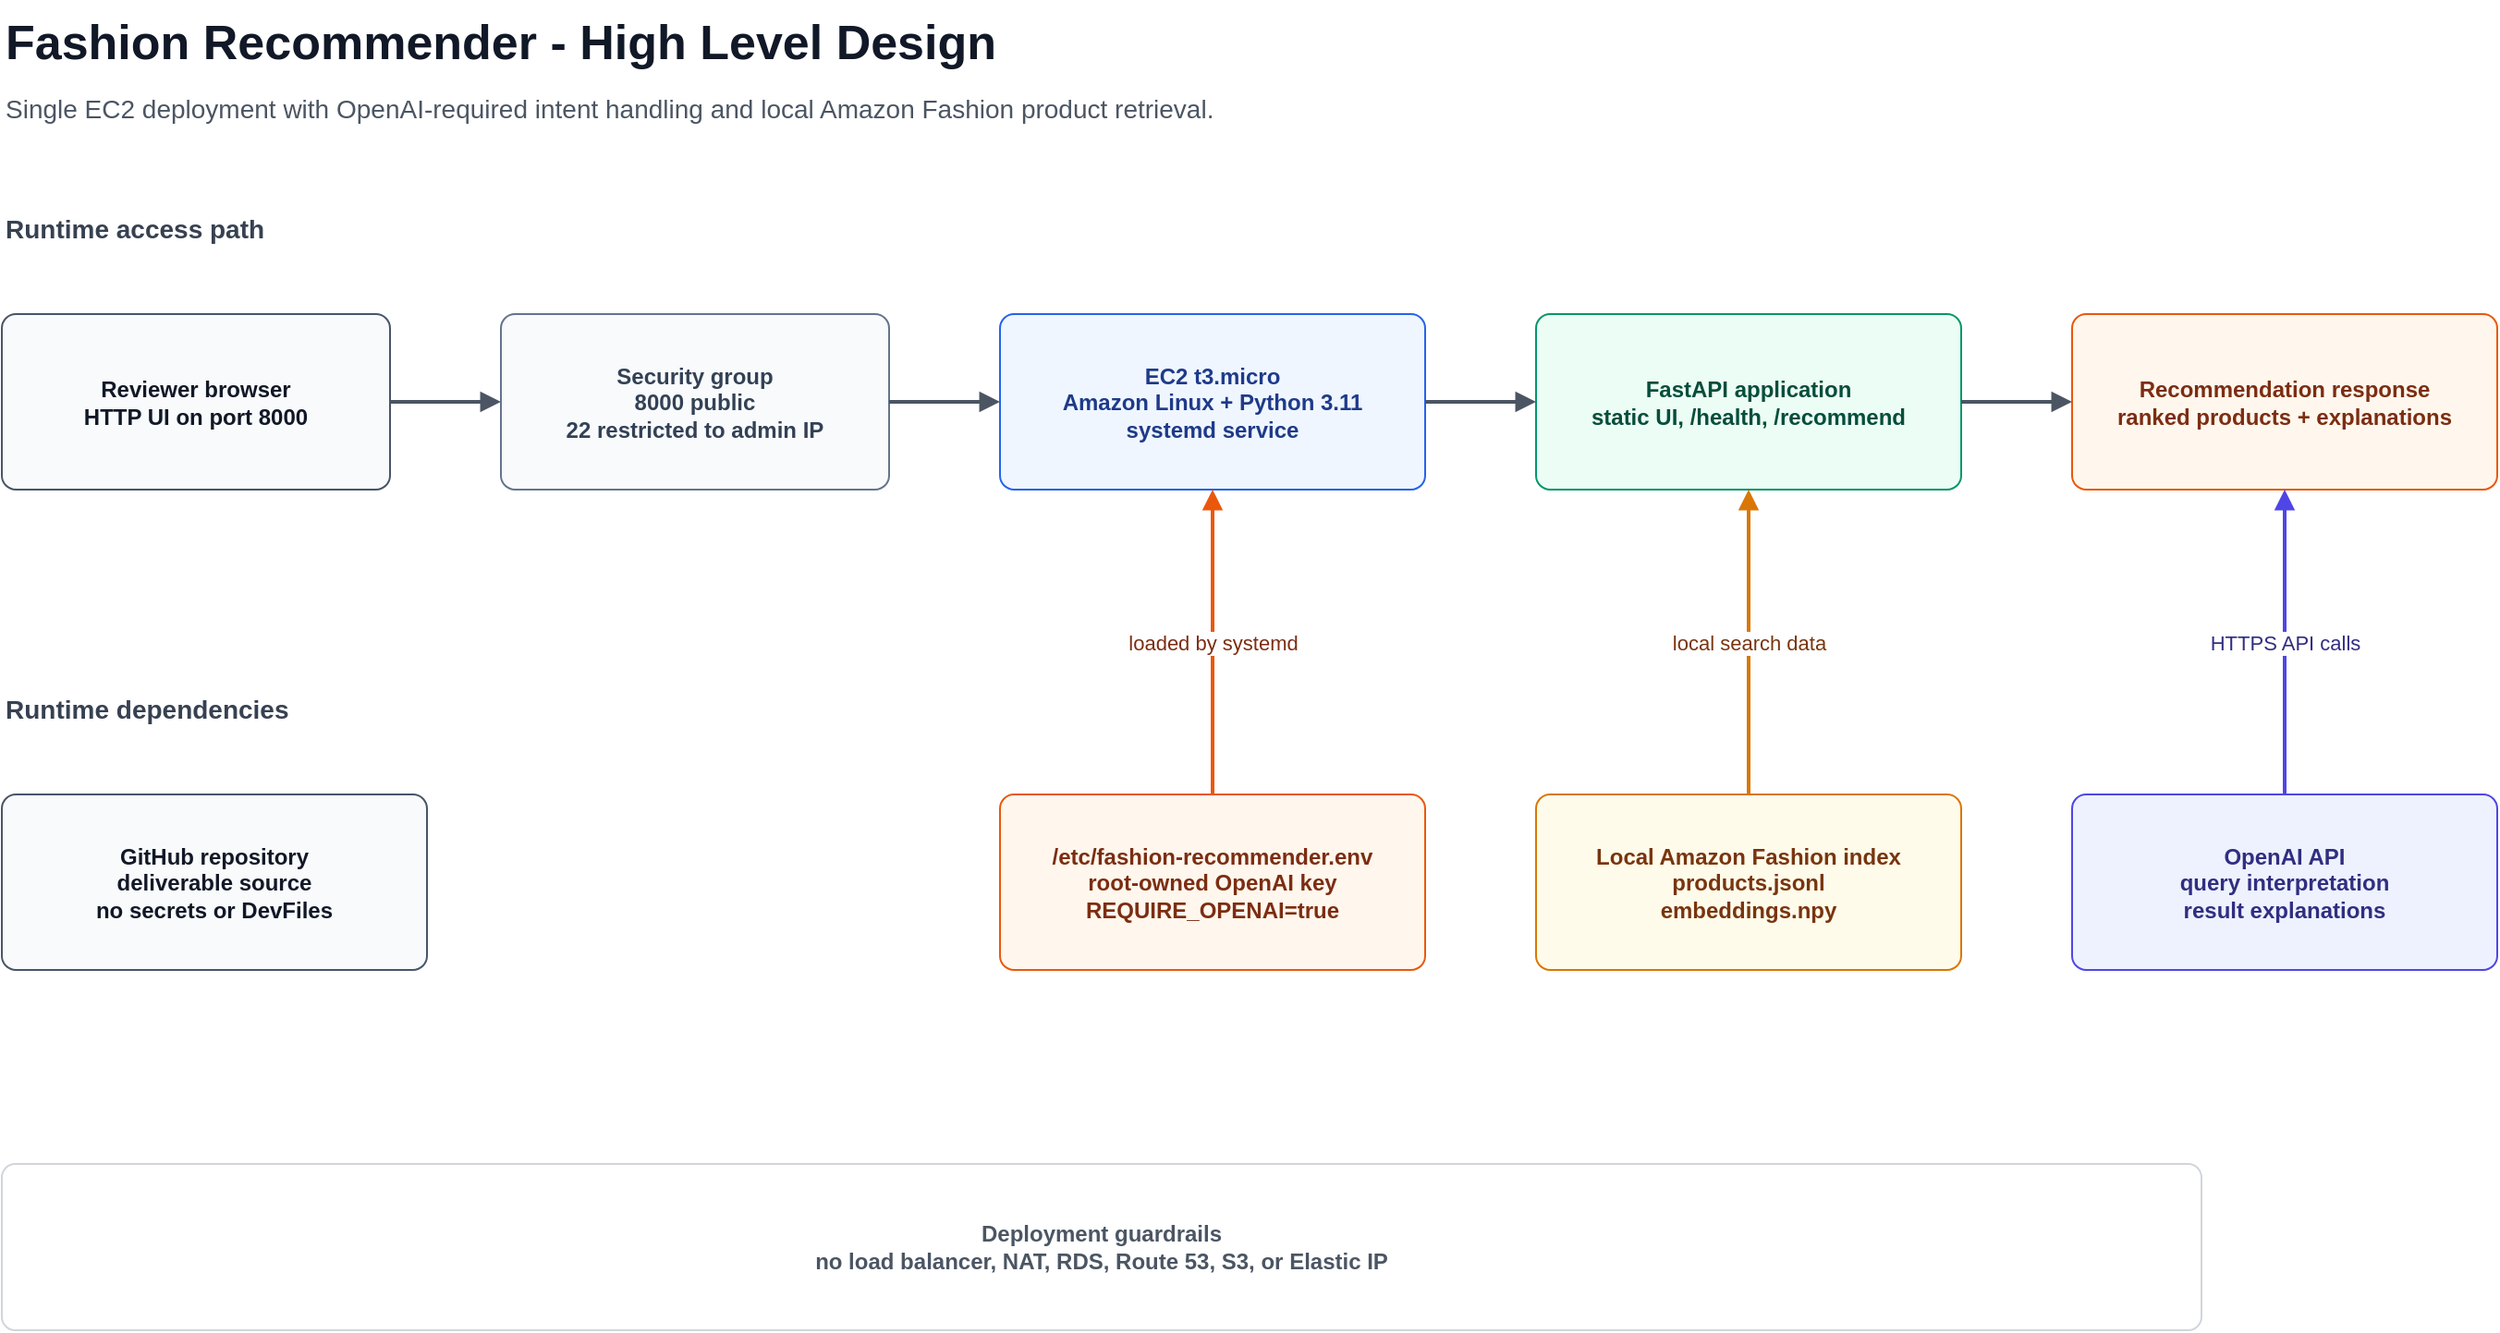
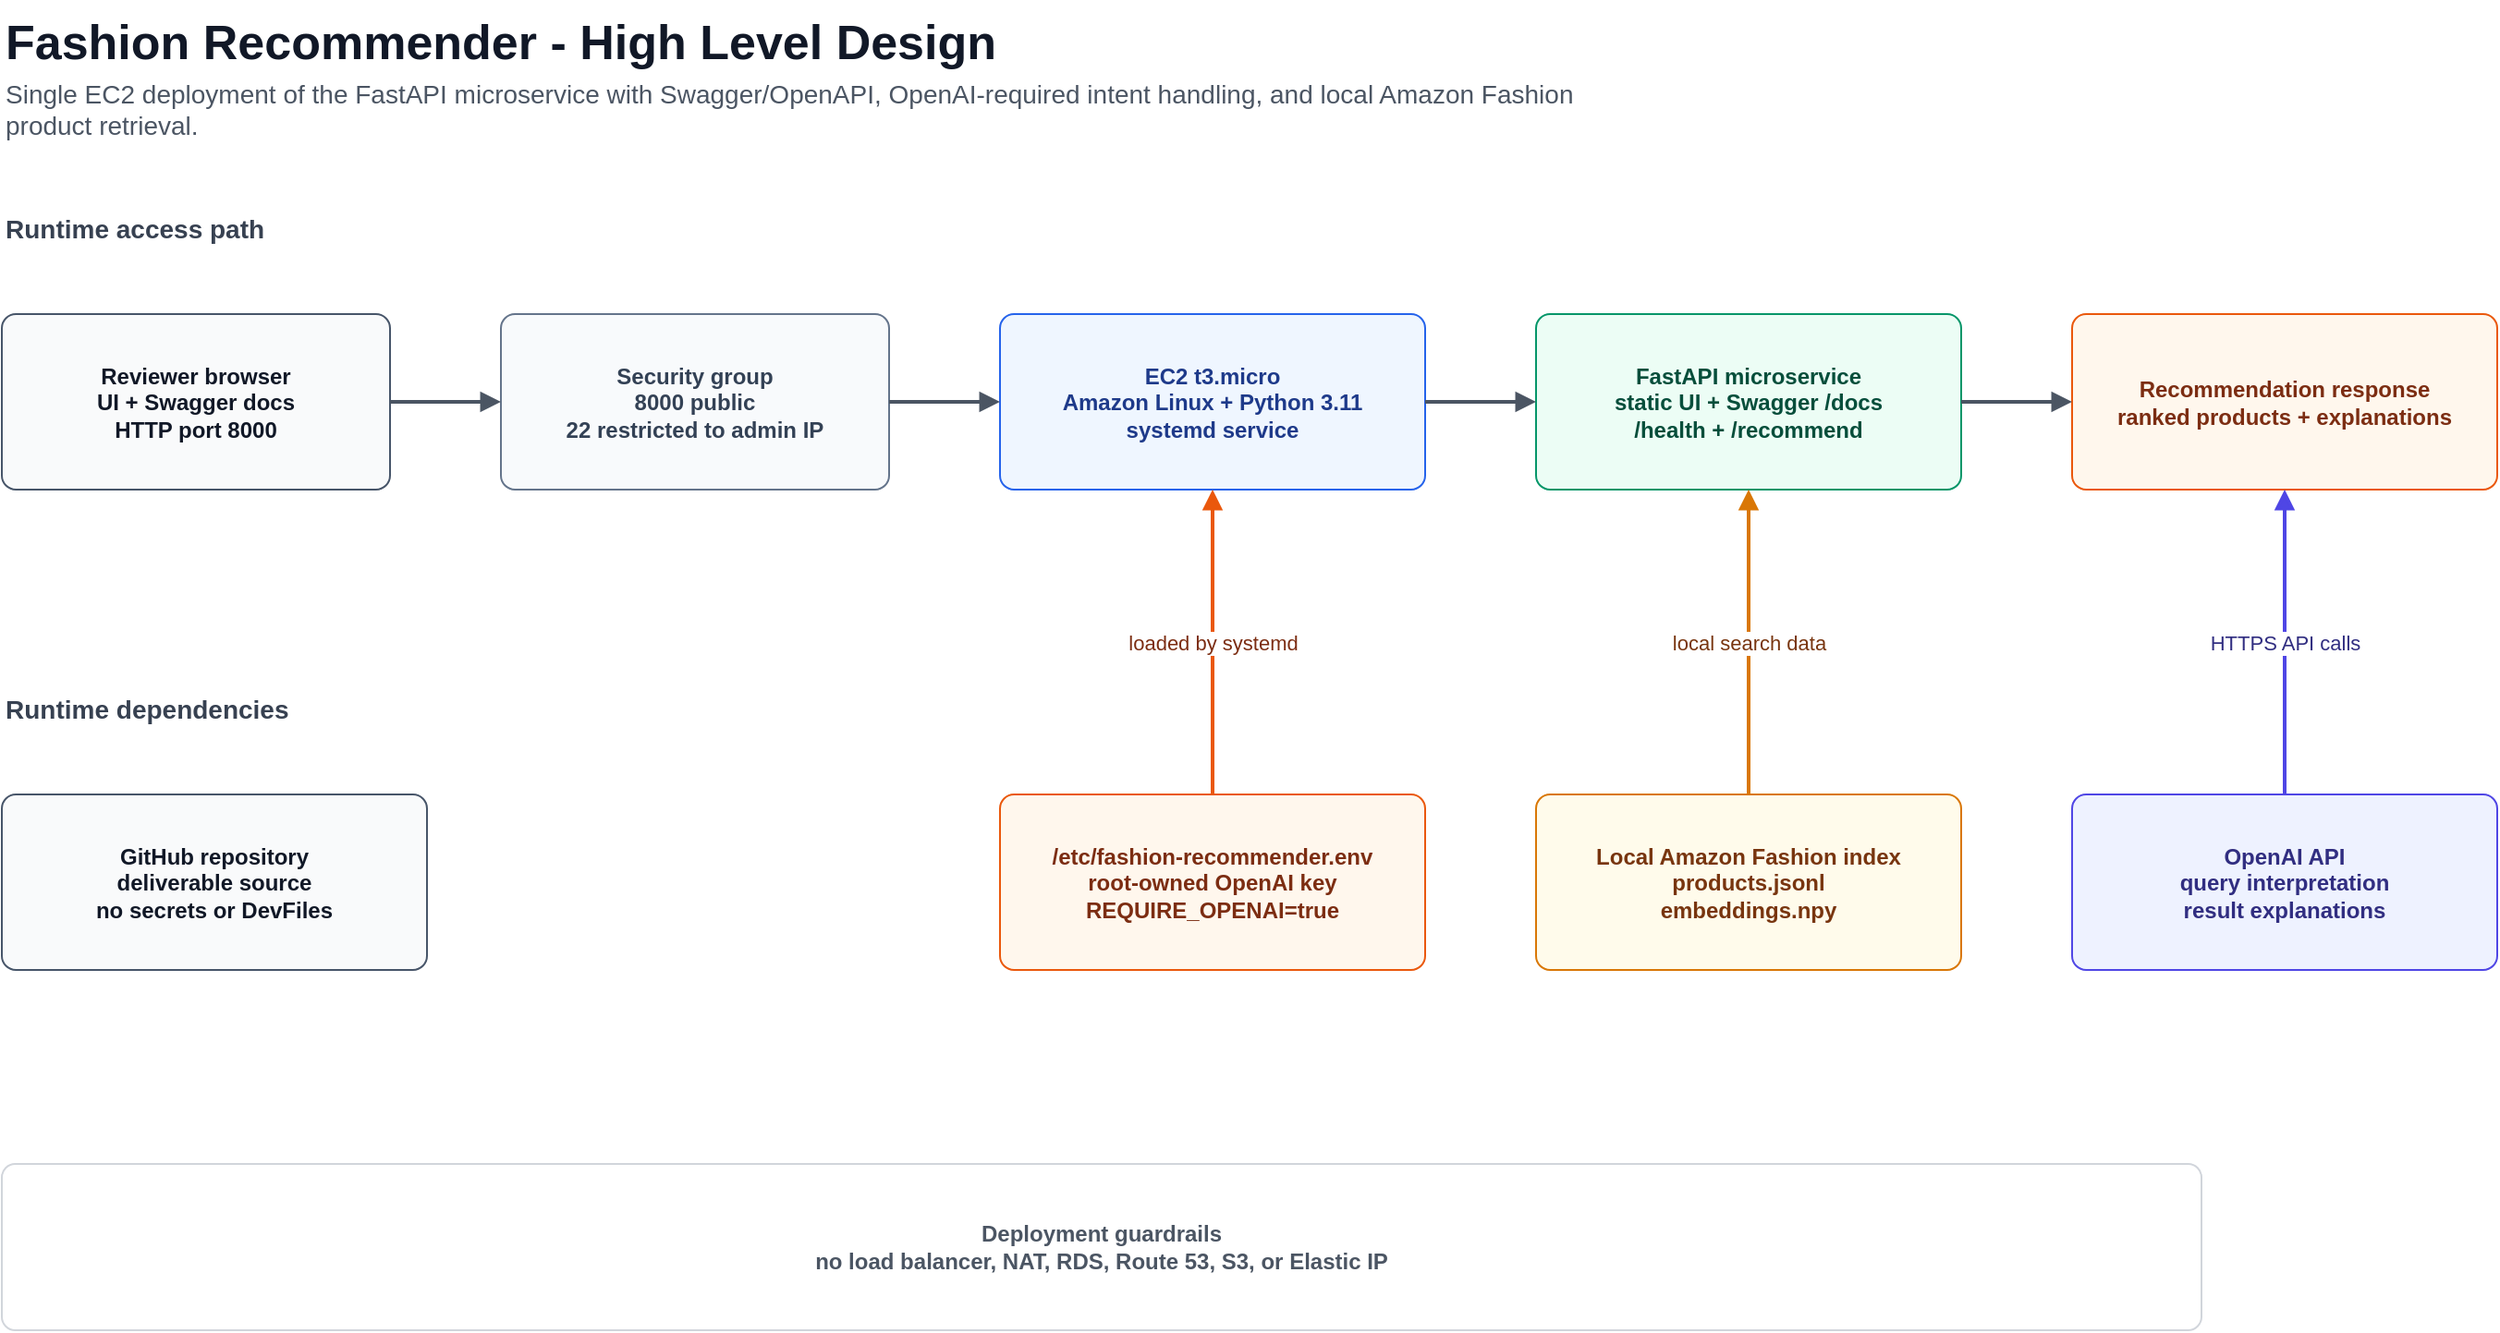
<mxfile host="app.diagrams.net" modified="2026-07-02T00:00:00.000Z" agent="draw.io" version="24.7.17">
  <diagram id="fashion-recommender-hld" name="HLD">
    <mxGraphModel dx="1600" dy="900" grid="1" gridSize="10" guides="1" tooltips="1" connect="1" arrows="1" fold="1" page="1" pageScale="1" pageWidth="1600" pageHeight="900" math="0" shadow="0">
      <root>
        <mxCell id="0" />
        <mxCell id="1" parent="0" />
        <mxCell id="title" value="Fashion Recommender - High Level Design" style="text;html=1;strokeColor=none;fillColor=none;fontSize=26;fontStyle=1;fontColor=#111827;align=left;verticalAlign=middle;whiteSpace=wrap;rounded=0;" vertex="1" parent="1">
          <mxGeometry x="60" y="35" width="700" height="45" as="geometry" />
        </mxCell>
-         <mxCell id="subtitle" value="Single EC2 deployment with OpenAI-required intent handling and local Amazon Fashion product retrieval." style="text;html=1;strokeColor=none;fillColor=none;fontSize=14;fontColor=#4b5563;align=left;verticalAlign=middle;whiteSpace=wrap;rounded=0;" vertex="1" parent="1">
+         <mxCell id="subtitle" value="Single EC2 deployment of the FastAPI microservice with Swagger/OpenAPI, OpenAI-required intent handling, and local Amazon Fashion product retrieval." style="text;html=1;strokeColor=none;fillColor=none;fontSize=14;fontColor=#4b5563;align=left;verticalAlign=middle;whiteSpace=wrap;rounded=0;" vertex="1" parent="1">
          <mxGeometry x="60" y="80" width="900" height="28" as="geometry" />
        </mxCell>

        <mxCell id="flowLabel" value="Runtime access path" style="text;html=1;strokeColor=none;fillColor=none;fontSize=14;fontStyle=1;fontColor=#374151;align=left;verticalAlign=middle;whiteSpace=wrap;rounded=0;" vertex="1" parent="1">
          <mxGeometry x="60" y="145" width="260" height="28" as="geometry" />
        </mxCell>
-         <mxCell id="browser" value="Reviewer browser&#xa;HTTP UI on port 8000" style="rounded=1;whiteSpace=wrap;html=1;arcSize=8;fillColor=#f9fafb;strokeColor=#475569;fontColor=#111827;fontStyle=1;" vertex="1" parent="1">
+         <mxCell id="browser" value="Reviewer browser&#xa;UI + Swagger docs&#xa;HTTP port 8000" style="rounded=1;whiteSpace=wrap;html=1;arcSize=8;fillColor=#f9fafb;strokeColor=#475569;fontColor=#111827;fontStyle=1;" vertex="1" parent="1">
          <mxGeometry x="60" y="205" width="210" height="95" as="geometry" />
        </mxCell>
        <mxCell id="sg" value="Security group&#xa;8000 public&#xa;22 restricted to admin IP" style="rounded=1;whiteSpace=wrap;html=1;arcSize=8;fillColor=#f8fafc;strokeColor=#64748b;fontColor=#334155;fontStyle=1;" vertex="1" parent="1">
          <mxGeometry x="330" y="205" width="210" height="95" as="geometry" />
        </mxCell>
        <mxCell id="ec2" value="EC2 t3.micro&#xa;Amazon Linux + Python 3.11&#xa;systemd service" style="rounded=1;whiteSpace=wrap;html=1;arcSize=8;fillColor=#eff6ff;strokeColor=#2563eb;fontColor=#1e3a8a;fontStyle=1;" vertex="1" parent="1">
          <mxGeometry x="600" y="205" width="230" height="95" as="geometry" />
        </mxCell>
-         <mxCell id="app" value="FastAPI application&#xa;static UI, /health, /recommend" style="rounded=1;whiteSpace=wrap;html=1;arcSize=8;fillColor=#ecfdf5;strokeColor=#059669;fontColor=#064e3b;fontStyle=1;" vertex="1" parent="1">
+         <mxCell id="app" value="FastAPI microservice&#xa;static UI + Swagger /docs&#xa;/health + /recommend" style="rounded=1;whiteSpace=wrap;html=1;arcSize=8;fillColor=#ecfdf5;strokeColor=#059669;fontColor=#064e3b;fontStyle=1;" vertex="1" parent="1">
          <mxGeometry x="890" y="205" width="230" height="95" as="geometry" />
        </mxCell>
        <mxCell id="result" value="Recommendation response&#xa;ranked products + explanations" style="rounded=1;whiteSpace=wrap;html=1;arcSize=8;fillColor=#fff7ed;strokeColor=#ea580c;fontColor=#7c2d12;fontStyle=1;" vertex="1" parent="1">
          <mxGeometry x="1180" y="205" width="230" height="95" as="geometry" />
        </mxCell>

        <mxCell id="dependencyLabel" value="Runtime dependencies" style="text;html=1;strokeColor=none;fillColor=none;fontSize=14;fontStyle=1;fontColor=#374151;align=left;verticalAlign=middle;whiteSpace=wrap;rounded=0;" vertex="1" parent="1">
          <mxGeometry x="60" y="405" width="260" height="28" as="geometry" />
        </mxCell>
        <mxCell id="repo" value="GitHub repository&#xa;deliverable source&#xa;no secrets or DevFiles" style="rounded=1;whiteSpace=wrap;html=1;arcSize=8;fillColor=#f9fafb;strokeColor=#475569;fontColor=#111827;fontStyle=1;" vertex="1" parent="1">
          <mxGeometry x="60" y="465" width="230" height="95" as="geometry" />
        </mxCell>
        <mxCell id="env" value="/etc/fashion-recommender.env&#xa;root-owned OpenAI key&#xa;REQUIRE_OPENAI=true" style="rounded=1;whiteSpace=wrap;html=1;arcSize=8;fillColor=#fff7ed;strokeColor=#ea580c;fontColor=#7c2d12;fontStyle=1;" vertex="1" parent="1">
          <mxGeometry x="600" y="465" width="230" height="95" as="geometry" />
        </mxCell>
        <mxCell id="index" value="Local Amazon Fashion index&#xa;products.jsonl&#xa;embeddings.npy" style="rounded=1;whiteSpace=wrap;html=1;arcSize=8;fillColor=#fffbeb;strokeColor=#d97706;fontColor=#78350f;fontStyle=1;" vertex="1" parent="1">
          <mxGeometry x="890" y="465" width="230" height="95" as="geometry" />
        </mxCell>
        <mxCell id="openai" value="OpenAI API&#xa;query interpretation&#xa;result explanations" style="rounded=1;whiteSpace=wrap;html=1;arcSize=8;fillColor=#eef2ff;strokeColor=#4f46e5;fontColor=#312e81;fontStyle=1;" vertex="1" parent="1">
          <mxGeometry x="1180" y="465" width="230" height="95" as="geometry" />
        </mxCell>
        <mxCell id="guardrail" value="Deployment guardrails&#xa;no load balancer, NAT, RDS, Route 53, S3, or Elastic IP" style="rounded=1;whiteSpace=wrap;html=1;arcSize=8;fillColor=#ffffff;strokeColor=#d1d5db;fontColor=#4b5563;fontStyle=1;" vertex="1" parent="1">
          <mxGeometry x="60" y="665" width="1190" height="90" as="geometry" />
        </mxCell>

        <mxCell id="e1" style="edgeStyle=orthogonalEdgeStyle;endArrow=block;html=1;rounded=0;strokeWidth=2;strokeColor=#4b5563;exitX=1;exitY=0.5;entryX=0;entryY=0.5;" edge="1" parent="1" source="browser" target="sg"><mxGeometry relative="1" as="geometry" /></mxCell>
        <mxCell id="e2" style="edgeStyle=orthogonalEdgeStyle;endArrow=block;html=1;rounded=0;strokeWidth=2;strokeColor=#4b5563;exitX=1;exitY=0.5;entryX=0;entryY=0.5;" edge="1" parent="1" source="sg" target="ec2"><mxGeometry relative="1" as="geometry" /></mxCell>
        <mxCell id="e3" style="edgeStyle=orthogonalEdgeStyle;endArrow=block;html=1;rounded=0;strokeWidth=2;strokeColor=#4b5563;exitX=1;exitY=0.5;entryX=0;entryY=0.5;" edge="1" parent="1" source="ec2" target="app"><mxGeometry relative="1" as="geometry" /></mxCell>
        <mxCell id="e4" style="edgeStyle=orthogonalEdgeStyle;endArrow=block;html=1;rounded=0;strokeWidth=2;strokeColor=#4b5563;exitX=1;exitY=0.5;entryX=0;entryY=0.5;" edge="1" parent="1" source="app" target="result"><mxGeometry relative="1" as="geometry" /></mxCell>
        <mxCell id="e6" value="loaded by systemd" style="edgeStyle=orthogonalEdgeStyle;endArrow=block;html=1;rounded=0;strokeWidth=2;strokeColor=#ea580c;fontColor=#7c2d12;exitX=0.5;exitY=0;entryX=0.5;entryY=1;" edge="1" parent="1" source="env" target="ec2"><mxGeometry relative="1" as="geometry" /></mxCell>
        <mxCell id="e7" value="local search data" style="edgeStyle=orthogonalEdgeStyle;endArrow=block;html=1;rounded=0;strokeWidth=2;strokeColor=#d97706;fontColor=#78350f;exitX=0.5;exitY=0;entryX=0.5;entryY=1;" edge="1" parent="1" source="index" target="app"><mxGeometry relative="1" as="geometry" /></mxCell>
        <mxCell id="e8" value="HTTPS API calls" style="edgeStyle=orthogonalEdgeStyle;endArrow=block;html=1;rounded=0;strokeWidth=2;strokeColor=#4f46e5;fontColor=#312e81;exitX=0.5;exitY=0;entryX=0.5;entryY=1;" edge="1" parent="1" source="openai" target="result"><mxGeometry relative="1" as="geometry" /></mxCell>
      </root>
    </mxGraphModel>
  </diagram>
</mxfile>
